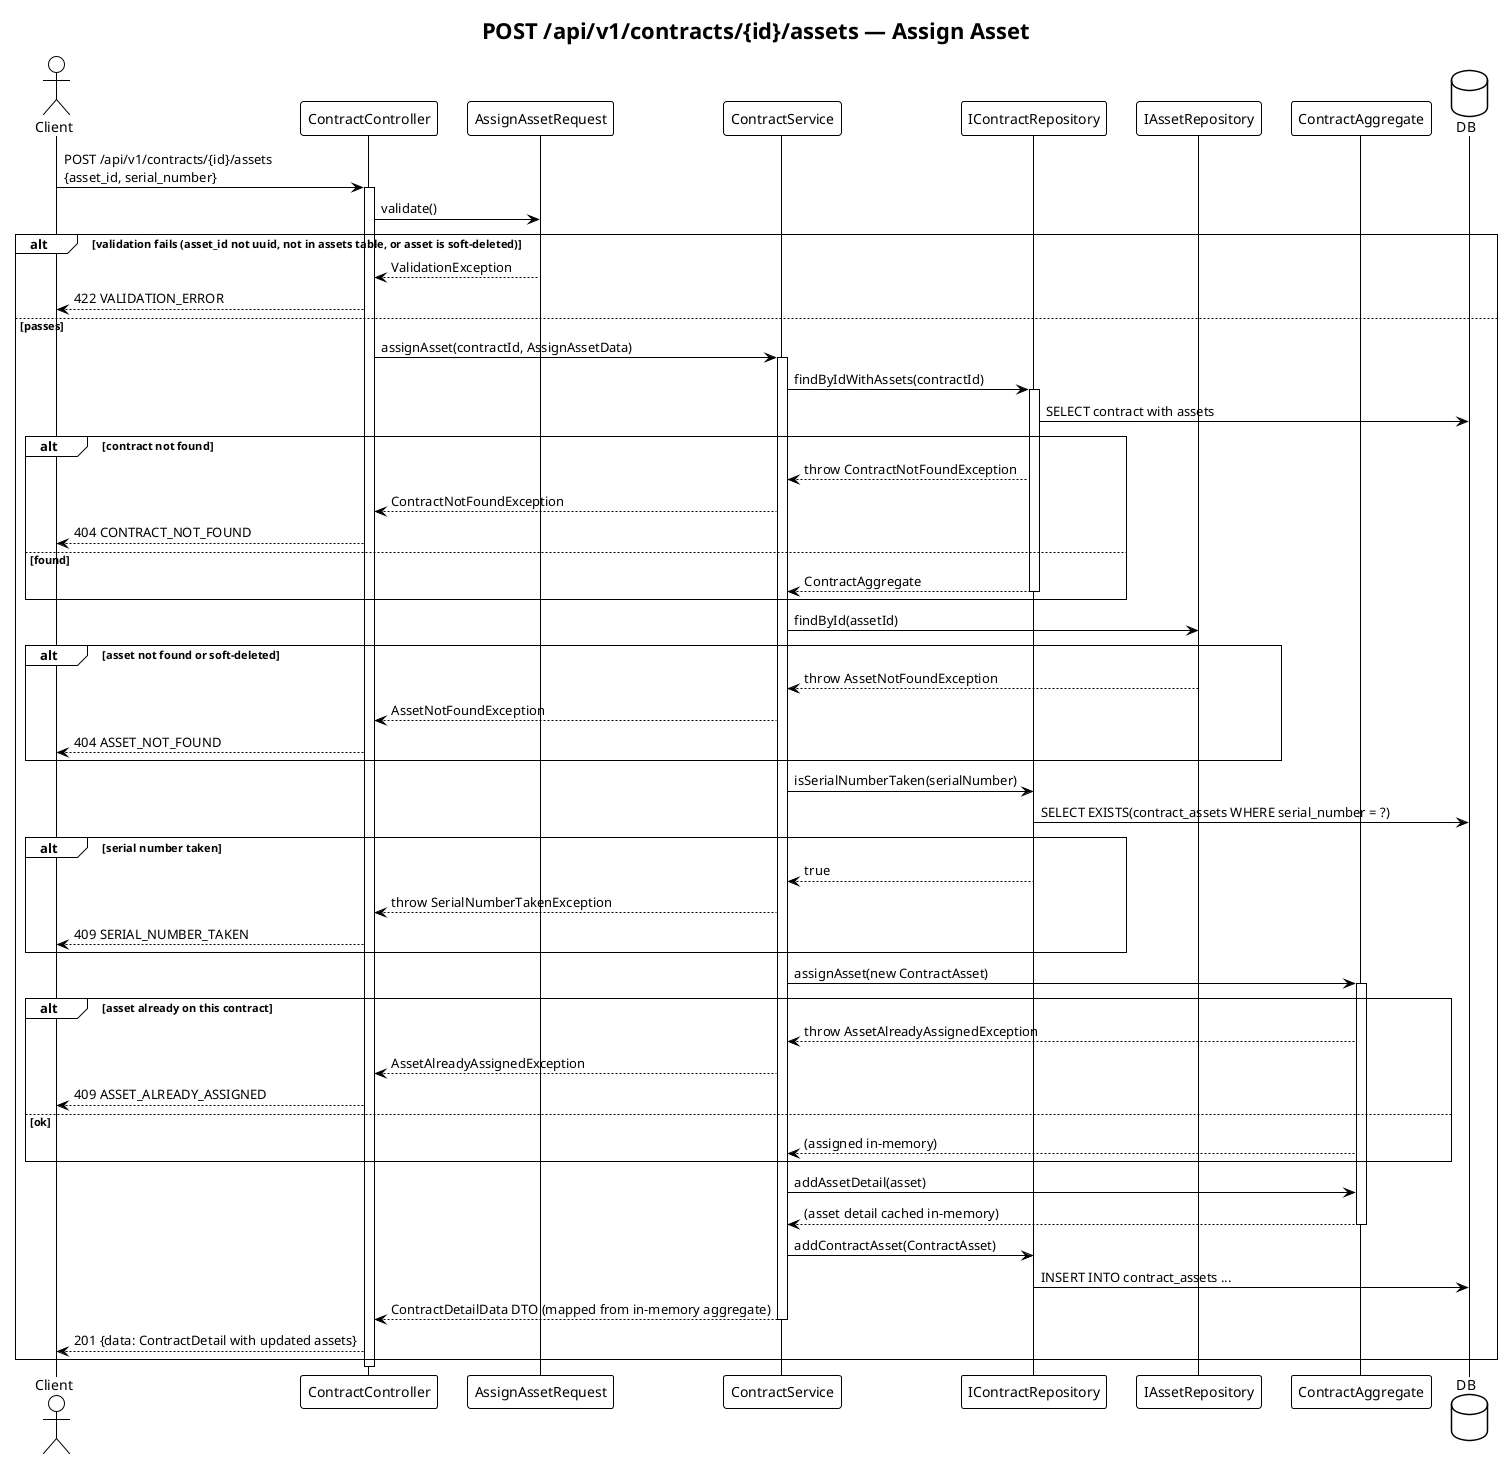
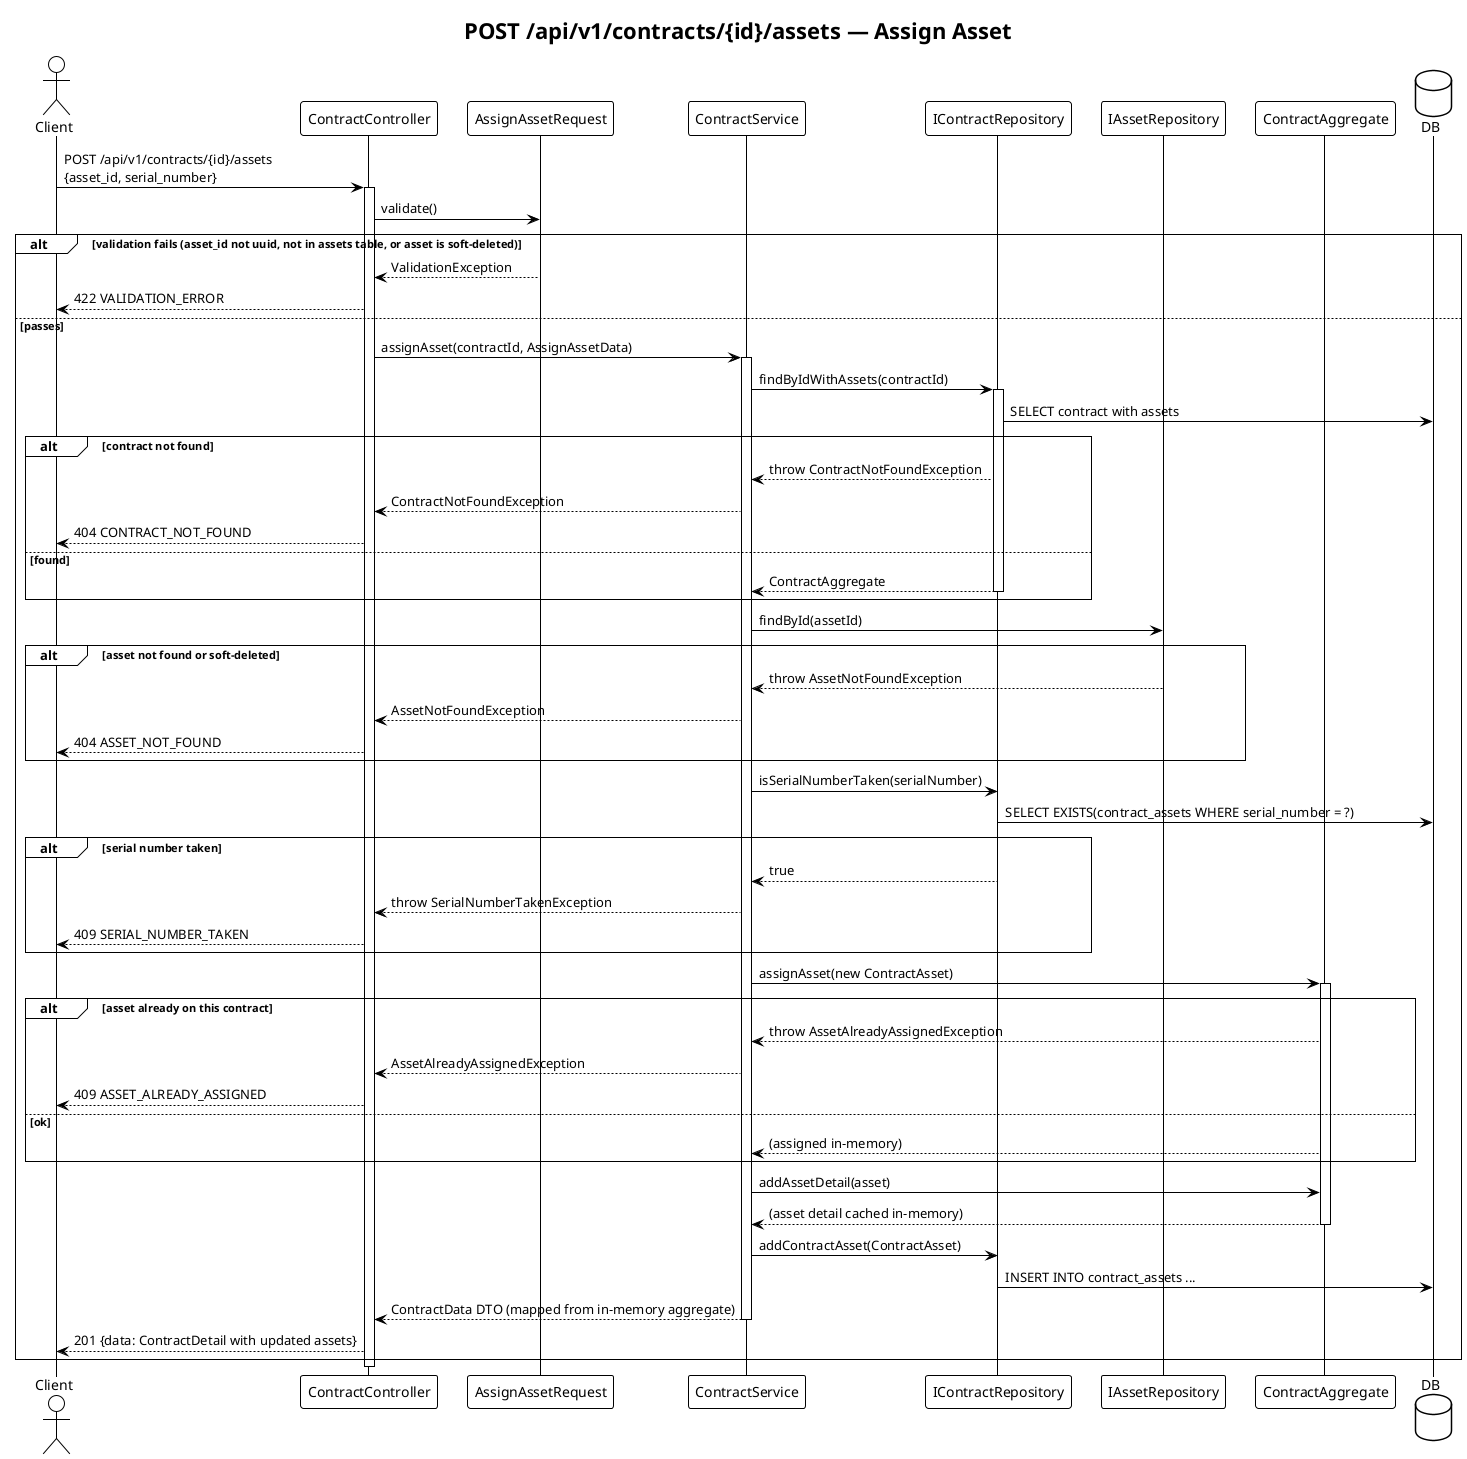
@startuml assign-asset
!theme plain
title POST /api/v1/contracts/{id}/assets — Assign Asset

actor Client
participant "ContractController" as Controller
participant "AssignAssetRequest" as Request
participant "ContractService" as Service
participant "IContractRepository" as IContRepo
participant "IAssetRepository" as IAssetRepo
participant "ContractAggregate" as Aggregate
database DB

Client -> Controller : POST /api/v1/contracts/{id}/assets\n{asset_id, serial_number}
activate Controller
Controller -> Request : validate()

alt validation fails (asset_id not uuid, not in assets table, or asset is soft-deleted)
    Request --> Controller : ValidationException
    Controller --> Client : 422 VALIDATION_ERROR
else passes
    Controller -> Service : assignAsset(contractId, AssignAssetData)
    activate Service

    Service -> IContRepo : findByIdWithAssets(contractId)
    activate IContRepo
    IContRepo -> DB : SELECT contract with assets
    alt contract not found
        IContRepo --> Service : throw ContractNotFoundException
        Service --> Controller : ContractNotFoundException
        Controller --> Client : 404 CONTRACT_NOT_FOUND
    else found
        IContRepo --> Service : ContractAggregate
        deactivate IContRepo
    end

    Service -> IAssetRepo : findById(assetId)
    alt asset not found or soft-deleted
        IAssetRepo --> Service : throw AssetNotFoundException
        Service --> Controller : AssetNotFoundException
        Controller --> Client : 404 ASSET_NOT_FOUND
    end

    Service -> IContRepo : isSerialNumberTaken(serialNumber)
    IContRepo -> DB : SELECT EXISTS(contract_assets WHERE serial_number = ?)
    alt serial number taken
        IContRepo --> Service : true
        Service --> Controller : throw SerialNumberTakenException
        Controller --> Client : 409 SERIAL_NUMBER_TAKEN
    end

    Service -> Aggregate : assignAsset(new ContractAsset)
    activate Aggregate
    alt asset already on this contract
        Aggregate --> Service : throw AssetAlreadyAssignedException
        Service --> Controller : AssetAlreadyAssignedException
        Controller --> Client : 409 ASSET_ALREADY_ASSIGNED
    else ok
        Aggregate --> Service : (assigned in-memory)
    end

    Service -> Aggregate : addAssetDetail(asset)
    Aggregate --> Service : (asset detail cached in-memory)
    deactivate Aggregate

    Service -> IContRepo : addContractAsset(ContractAsset)
    IContRepo -> DB : INSERT INTO contract_assets ...

-     Service --> Controller : ContractDetailData DTO (mapped from in-memory aggregate)
+     Service --> Controller : ContractData DTO (mapped from in-memory aggregate)
    deactivate Service
    Controller --> Client : 201 {data: ContractDetail with updated assets}
end

deactivate Controller
@enduml
